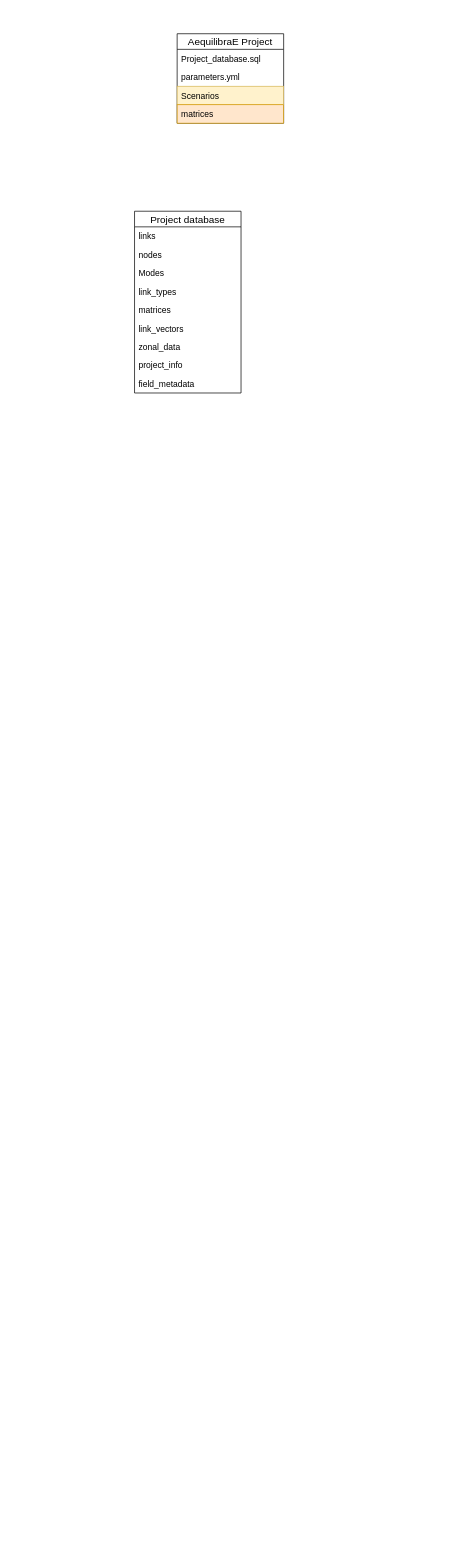
Before: docs/source/project_structure.drawio in AequilibraE/aequilibrae, a draw.io diagram. Source tidied: cells renumbered, new cells numbered last; positions are measured from the earlier drawing's top-left corner, leaving out a move shared by most shapes. Both pictures are drawn from the tidied source at 71%, with x=0, y=0 at pixel (134, 33). Pictures stored in the file or linked from it are replaced by grey dashed boxes.
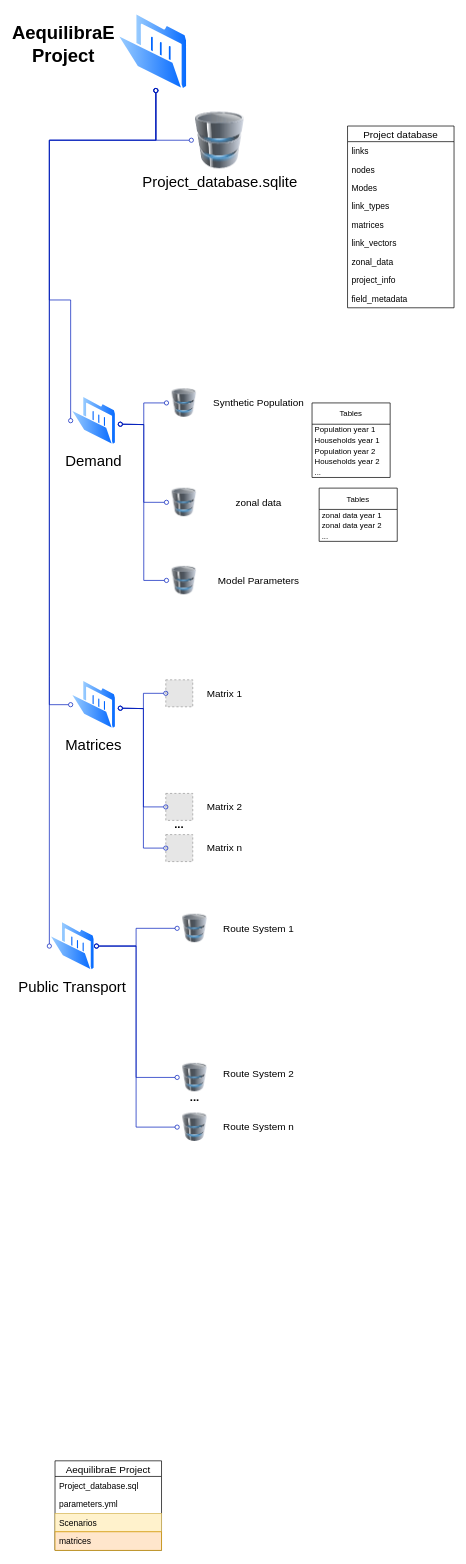
After the change.

The edit, as a diff of the source:
```diff
@@
-    <mxCell id="0" />
-    <mxCell id="1" parent="0" />
+    <mxCell id="17" />
+    <mxCell id="18" parent="17" />
+    <mxCell id="19" style="edgeStyle=orthogonalEdgeStyle;rounded=0;jettySize=auto;html=1;entryX=0;entryY=0.5;entryDx=0;entryDy=0;endArrow=oval;endFill=0;startArrow=oval;startFill=0;endSize=6;targetPerimeterSpacing=6;sourcePerimeterSpacing=2;startSize=6;fillColor=#0050ef;strokeColor=#001DBC;" parent="18" edge="1" target="23">
+      <mxGeometry relative="1" as="geometry">
+        <mxPoint x="30" y="80" as="sourcePoint" />
+        <Array as="points">
+          <mxPoint x="30" y="150" />
+        </Array>
+      </mxGeometry>
+    </mxCell>
+    <mxCell id="20" style="perimeter=ellipsePerimeter;html=1;align=center;shadow=0;dashed=0;spacingTop=3;image;image=img/lib/active_directory/folder_open.svg;" parent="18" vertex="1">
+      <mxGeometry x="-25.6" y="-30" width="101.2" height="110" as="geometry" />
+    </mxCell>
+    <mxCell id="21" value="Matrices" style="perimeter=ellipsePerimeter;html=1;align=center;shadow=0;dashed=0;spacingTop=3;image;image=img/lib/active_directory/folder_open.svg;fontSize=21;" parent="18" vertex="1">
+      <mxGeometry x="-90" y="910" width="64.4" height="70" as="geometry" />
+    </mxCell>
+    <mxCell id="22" value="Public Transport" style="perimeter=ellipsePerimeter;html=1;align=center;shadow=0;dashed=0;spacingTop=3;image;image=img/lib/active_directory/folder_open.svg;fontSize=21;" parent="18" vertex="1">
+      <mxGeometry x="-120" y="1250" width="64.4" height="70" as="geometry" />
+    </mxCell>
+    <mxCell id="23" value="Project_database.sqlite" style="image;html=1;image=img/lib/clip_art/computers/Database_128x128.png;fontSize=21;" parent="18" vertex="1">
+      <mxGeometry x="80" y="110" width="80" height="80" as="geometry" />
+    </mxCell>
+    <mxCell id="24" style="edgeStyle=orthogonalEdgeStyle;rounded=0;jettySize=auto;html=1;entryX=0;entryY=0.5;entryDx=0;entryDy=0;endArrow=oval;endFill=0;startArrow=oval;startFill=0;endSize=6;targetPerimeterSpacing=6;sourcePerimeterSpacing=2;startSize=6;fillColor=#0050ef;strokeColor=#001DBC;" parent="18" edge="1" target="21">
+      <mxGeometry relative="1" as="geometry">
+        <mxPoint x="30" y="80" as="sourcePoint" />
+        <Array as="points">
+          <mxPoint x="30" y="150" />
+          <mxPoint x="-120" y="150" />
+          <mxPoint x="-120" y="945" />
+        </Array>
+      </mxGeometry>
+    </mxCell>
+    <mxCell id="25" style="edgeStyle=orthogonalEdgeStyle;rounded=0;jettySize=auto;html=1;entryX=0;entryY=0.5;entryDx=0;entryDy=0;endArrow=oval;endFill=0;startArrow=oval;startFill=0;endSize=6;targetPerimeterSpacing=6;sourcePerimeterSpacing=2;startSize=6;fillColor=#0050ef;strokeColor=#001DBC;" parent="18" edge="1" target="22">
+      <mxGeometry relative="1" as="geometry">
+        <mxPoint x="30" y="80" as="sourcePoint" />
+        <Array as="points">
+          <mxPoint x="30" y="150" />
+          <mxPoint x="-120" y="150" />
+          <mxPoint x="-120" y="905" />
+        </Array>
+      </mxGeometry>
+    </mxCell>
+    <mxCell id="26" style="fillColor=#E6E6E6;strokeColor=#999999;dashed=1;html=1;verticalAlign=top;verticalLabelPosition=bottom;labelBackgroundColor=#ffffff;fontSize=21;" parent="18" vertex="1">
+      <mxGeometry x="44" y="910" width="38" height="38" as="geometry" />
+    </mxCell>
+    <mxCell id="27" style="fillColor=#E6E6E6;strokeColor=#999999;dashed=1;html=1;verticalAlign=top;verticalLabelPosition=bottom;labelBackgroundColor=#ffffff;fontSize=21;" parent="18" vertex="1">
+      <mxGeometry x="44" y="1070" width="38" height="38" as="geometry" />
+    </mxCell>
+    <mxCell id="28" style="fillColor=#E6E6E6;strokeColor=#999999;dashed=1;html=1;verticalAlign=top;verticalLabelPosition=bottom;labelBackgroundColor=#ffffff;fontSize=21;" parent="18" vertex="1">
+      <mxGeometry x="44" y="1128" width="38" height="38" as="geometry" />
+    </mxCell>
+    <mxCell id="29" value="Matrix 1" style="text;html=1;strokeColor=none;fillColor=none;align=center;verticalAlign=middle;whiteSpace=wrap;rounded=0;fontSize=14;" parent="18" vertex="1">
+      <mxGeometry x="82" y="914" width="90" height="30" as="geometry" />
+    </mxCell>
+    <mxCell id="30" value="Matrix 2" style="text;html=1;strokeColor=none;fillColor=none;align=center;verticalAlign=middle;whiteSpace=wrap;rounded=0;fontSize=14;" parent="18" vertex="1">
+      <mxGeometry x="82" y="1074" width="90" height="30" as="geometry" />
+    </mxCell>
+    <mxCell id="31" value="Matrix n" style="text;html=1;strokeColor=none;fillColor=none;align=center;verticalAlign=middle;whiteSpace=wrap;rounded=0;fontSize=14;" parent="18" vertex="1">
+      <mxGeometry x="82" y="1132" width="90" height="30" as="geometry" />
+    </mxCell>
+    <mxCell id="32" value="..." style="text;html=1;strokeColor=none;fillColor=none;align=center;verticalAlign=middle;whiteSpace=wrap;rounded=0;fontSize=16;fontStyle=1;" parent="18" vertex="1">
+      <mxGeometry x="38" y="1098" width="50" height="30" as="geometry" />
+    </mxCell>
+    <mxCell id="33" style="edgeStyle=orthogonalEdgeStyle;rounded=0;jettySize=auto;html=1;entryX=0;entryY=0.5;entryDx=0;entryDy=0;endArrow=oval;endFill=0;startArrow=oval;startFill=0;endSize=6;targetPerimeterSpacing=6;sourcePerimeterSpacing=2;startSize=6;fillColor=#0050ef;strokeColor=#001DBC;" parent="18" edge="1" target="26">
+      <mxGeometry relative="1" as="geometry">
+        <mxPoint x="-20" y="950" as="sourcePoint" />
+      </mxGeometry>
+    </mxCell>
+    <mxCell id="34" style="edgeStyle=orthogonalEdgeStyle;rounded=0;jettySize=auto;html=1;entryX=0;entryY=0.5;entryDx=0;entryDy=0;endArrow=oval;endFill=0;startArrow=oval;startFill=0;endSize=6;targetPerimeterSpacing=6;sourcePerimeterSpacing=2;startSize=6;fillColor=#0050ef;strokeColor=#001DBC;" parent="18" edge="1" target="27">
+      <mxGeometry relative="1" as="geometry">
+        <mxPoint x="-20" y="950" as="sourcePoint" />
+      </mxGeometry>
+    </mxCell>
+    <mxCell id="35" style="edgeStyle=orthogonalEdgeStyle;rounded=0;jettySize=auto;html=1;entryX=0;entryY=0.5;entryDx=0;entryDy=0;endArrow=oval;endFill=0;startArrow=oval;startFill=0;endSize=6;targetPerimeterSpacing=6;sourcePerimeterSpacing=2;startSize=6;fillColor=#0050ef;strokeColor=#001DBC;" parent="18" edge="1" target="28">
+      <mxGeometry relative="1" as="geometry">
+        <mxPoint x="-20" y="950" as="sourcePoint" />
+      </mxGeometry>
+    </mxCell>
+    <mxCell id="36" style="image;html=1;image=img/lib/clip_art/computers/Database_128x128.png;" parent="18" vertex="1">
+      <mxGeometry x="60" y="1240" width="50" height="40" as="geometry" />
+    </mxCell>
+    <mxCell id="37" style="image;html=1;image=img/lib/clip_art/computers/Database_128x128.png;" parent="18" vertex="1">
+      <mxGeometry x="60" y="1450" width="50" height="40" as="geometry" />
+    </mxCell>
+    <mxCell id="38" style="image;html=1;image=img/lib/clip_art/computers/Database_128x128.png;" parent="18" vertex="1">
+      <mxGeometry x="60" y="1520" width="50" height="40" as="geometry" />
+    </mxCell>
+    <mxCell id="39" style="edgeStyle=orthogonalEdgeStyle;rounded=0;jettySize=auto;html=1;entryX=0;entryY=0.5;entryDx=0;entryDy=0;endArrow=oval;endFill=0;startArrow=oval;startFill=0;endSize=6;targetPerimeterSpacing=6;sourcePerimeterSpacing=2;startSize=6;fillColor=#0050ef;strokeColor=#001DBC;" parent="18" edge="1" source="22" target="38">
+      <mxGeometry relative="1" as="geometry" />
+    </mxCell>
+    <mxCell id="40" style="edgeStyle=orthogonalEdgeStyle;rounded=0;jettySize=auto;html=1;entryX=0;entryY=0.5;entryDx=0;entryDy=0;endArrow=oval;endFill=0;startArrow=oval;startFill=0;endSize=6;targetPerimeterSpacing=6;sourcePerimeterSpacing=2;startSize=6;fillColor=#0050ef;strokeColor=#001DBC;" parent="18" edge="1" source="22" target="37">
+      <mxGeometry relative="1" as="geometry" />
+    </mxCell>
+    <mxCell id="41" style="edgeStyle=orthogonalEdgeStyle;rounded=0;jettySize=auto;html=1;entryX=0;entryY=0.5;entryDx=0;entryDy=0;endArrow=oval;endFill=0;startArrow=oval;startFill=0;endSize=6;targetPerimeterSpacing=6;sourcePerimeterSpacing=2;startSize=6;fillColor=#0050ef;strokeColor=#001DBC;" parent="18" edge="1" source="22" target="36">
+      <mxGeometry relative="1" as="geometry" />
+    </mxCell>
+    <mxCell id="42" value="Route System 1" style="text;html=1;strokeColor=none;fillColor=none;align=center;verticalAlign=middle;whiteSpace=wrap;rounded=0;fontSize=14;" parent="18" vertex="1">
+      <mxGeometry x="110" y="1245" width="130" height="30" as="geometry" />
+    </mxCell>
+    <mxCell id="43" value="Route System 2" style="text;html=1;strokeColor=none;fillColor=none;align=center;verticalAlign=middle;whiteSpace=wrap;rounded=0;fontSize=14;" parent="18" vertex="1">
+      <mxGeometry x="110" y="1450" width="130" height="30" as="geometry" />
+    </mxCell>
+    <mxCell id="44" value="Route System n" style="text;html=1;strokeColor=none;fillColor=none;align=center;verticalAlign=middle;whiteSpace=wrap;rounded=0;fontSize=14;" parent="18" vertex="1">
+      <mxGeometry x="110" y="1525" width="130" height="30" as="geometry" />
+    </mxCell>
+    <mxCell id="45" value="..." style="text;html=1;strokeColor=none;fillColor=none;align=center;verticalAlign=middle;whiteSpace=wrap;rounded=0;fontSize=16;fontStyle=1;" parent="18" vertex="1">
+      <mxGeometry x="60" y="1482" width="50" height="30" as="geometry" />
+    </mxCell>
+    <mxCell id="46" value="Demand" style="perimeter=ellipsePerimeter;html=1;align=center;shadow=0;dashed=0;spacingTop=3;image;image=img/lib/active_directory/folder_open.svg;fontSize=21;" parent="18" vertex="1">
+      <mxGeometry x="-90" y="510" width="64.4" height="70" as="geometry" />
+    </mxCell>
+    <mxCell id="47" style="edgeStyle=orthogonalEdgeStyle;rounded=0;jettySize=auto;html=1;entryX=0;entryY=0.5;entryDx=0;entryDy=0;endArrow=oval;endFill=0;startArrow=oval;startFill=0;endSize=6;targetPerimeterSpacing=6;sourcePerimeterSpacing=2;startSize=6;fillColor=#0050ef;strokeColor=#001DBC;" parent="18" edge="1" target="46">
+      <mxGeometry relative="1" as="geometry">
+        <mxPoint x="30" y="80" as="sourcePoint" />
+        <Array as="points">
+          <mxPoint x="30" y="150" />
+          <mxPoint x="-120" y="150" />
+          <mxPoint x="-120" y="375" />
+        </Array>
+      </mxGeometry>
+    </mxCell>
+    <mxCell id="48" value="AequilibraE&lt;br style=&quot;font-size: 26px;&quot;&gt;Project" style="text;html=1;strokeColor=none;fillColor=none;align=center;verticalAlign=middle;whiteSpace=wrap;rounded=0;fontSize=26;fontStyle=1;" parent="18" vertex="1">
+      <mxGeometry x="-130" width="60" height="30" as="geometry" />
+    </mxCell>
+    <mxCell id="49" style="image;html=1;image=img/lib/clip_art/computers/Database_128x128.png;" parent="18" vertex="1">
+      <mxGeometry x="45" y="500" width="50" height="40" as="geometry" />
+    </mxCell>
+    <mxCell id="50" value="Synthetic Population" style="text;html=1;strokeColor=none;fillColor=none;align=center;verticalAlign=middle;whiteSpace=wrap;rounded=0;fontSize=14;" parent="18" vertex="1">
+      <mxGeometry x="110" y="505" width="130" height="30" as="geometry" />
+    </mxCell>
+    <mxCell id="51" style="image;html=1;image=img/lib/clip_art/computers/Database_128x128.png;" parent="18" vertex="1">
+      <mxGeometry x="45" y="640" width="50" height="40" as="geometry" />
+    </mxCell>
+    <mxCell id="52" value="zonal data" style="text;html=1;strokeColor=none;fillColor=none;align=center;verticalAlign=middle;whiteSpace=wrap;rounded=0;fontSize=14;" parent="18" vertex="1">
+      <mxGeometry x="110" y="645" width="130" height="30" as="geometry" />
+    </mxCell>
+    <mxCell id="53" style="image;html=1;image=img/lib/clip_art/computers/Database_128x128.png;" parent="18" vertex="1">
+      <mxGeometry x="45" y="750" width="50" height="40" as="geometry" />
+    </mxCell>
+    <mxCell id="54" value="Model Parameters" style="text;html=1;strokeColor=none;fillColor=none;align=center;verticalAlign=middle;whiteSpace=wrap;rounded=0;fontSize=14;" parent="18" vertex="1">
+      <mxGeometry x="110" y="755" width="130" height="30" as="geometry" />
+    </mxCell>
+    <mxCell id="55" style="edgeStyle=orthogonalEdgeStyle;rounded=0;jettySize=auto;html=1;entryX=0;entryY=0.5;entryDx=0;entryDy=0;endArrow=oval;endFill=0;startArrow=oval;startFill=0;endSize=6;targetPerimeterSpacing=6;sourcePerimeterSpacing=2;startSize=6;fillColor=#0050ef;strokeColor=#001DBC;" parent="18" edge="1" target="49">
+      <mxGeometry relative="1" as="geometry">
+        <mxPoint x="-20" y="550" as="sourcePoint" />
+      </mxGeometry>
+    </mxCell>
+    <mxCell id="56" style="edgeStyle=orthogonalEdgeStyle;rounded=0;jettySize=auto;html=1;entryX=0;entryY=0.5;entryDx=0;entryDy=0;endArrow=oval;endFill=0;startArrow=oval;startFill=0;endSize=6;targetPerimeterSpacing=6;sourcePerimeterSpacing=2;startSize=6;fillColor=#0050ef;strokeColor=#001DBC;" parent="18" edge="1" target="51">
+      <mxGeometry relative="1" as="geometry">
+        <mxPoint x="-20" y="550" as="sourcePoint" />
+      </mxGeometry>
+    </mxCell>
+    <mxCell id="57" style="edgeStyle=orthogonalEdgeStyle;rounded=0;jettySize=auto;html=1;entryX=0;entryY=0.5;entryDx=0;entryDy=0;endArrow=oval;endFill=0;startArrow=oval;startFill=0;endSize=6;targetPerimeterSpacing=6;sourcePerimeterSpacing=2;startSize=6;fillColor=#0050ef;strokeColor=#001DBC;" parent="18" edge="1" target="53">
+      <mxGeometry relative="1" as="geometry">
+        <mxPoint x="-20" y="550" as="sourcePoint" />
+      </mxGeometry>
+    </mxCell>
+    <mxCell id="58" value="Tables" style="swimlane;fontStyle=0;horizontal=1;startSize=30;fontSize=11;spacing=1;" parent="18" vertex="1">
+      <mxGeometry x="250" y="520" width="110" height="105" as="geometry" />
+    </mxCell>
+    <mxCell id="59" value="Population year 1" style="text;strokeColor=none;fillColor=none;align=left;verticalAlign=middle;spacingLeft=4;spacingRight=0;overflow=hidden;fontSize=11;spacing=0;" parent="58" vertex="1">
+      <mxGeometry y="30" width="110" height="15" as="geometry" />
+    </mxCell>
+    <mxCell id="60" value="Households year 1" style="text;strokeColor=none;fillColor=none;align=left;verticalAlign=middle;spacingLeft=4;spacingRight=0;overflow=hidden;fontSize=11;spacing=0;" parent="58" vertex="1">
+      <mxGeometry y="45" width="110" height="15" as="geometry" />
+    </mxCell>
+    <mxCell id="61" value="Population year 2" style="text;strokeColor=none;fillColor=none;align=left;verticalAlign=middle;spacingLeft=4;spacingRight=0;overflow=hidden;fontSize=11;spacing=0;" parent="58" vertex="1">
+      <mxGeometry y="60" width="110" height="15" as="geometry" />
+    </mxCell>
+    <mxCell id="62" value="Households year 2" style="text;strokeColor=none;fillColor=none;align=left;verticalAlign=middle;spacingLeft=4;spacingRight=0;overflow=hidden;fontSize=11;spacing=0;" parent="58" vertex="1">
+      <mxGeometry y="75" width="110" height="15" as="geometry" />
+    </mxCell>
+    <mxCell id="63" value="..." style="text;strokeColor=none;fillColor=none;align=left;verticalAlign=middle;spacingLeft=4;spacingRight=0;overflow=hidden;fontSize=11;spacing=0;" parent="58" vertex="1">
+      <mxGeometry y="90" width="110" height="15" as="geometry" />
+    </mxCell>
+    <mxCell id="64" value="Tables" style="swimlane;fontStyle=0;horizontal=1;startSize=30;fontSize=11;spacing=1;" parent="18" vertex="1">
+      <mxGeometry x="260" y="640" width="110" height="75" as="geometry" />
+    </mxCell>
+    <mxCell id="65" value="zonal data year 1" style="text;strokeColor=none;fillColor=none;align=left;verticalAlign=middle;spacingLeft=4;spacingRight=0;overflow=hidden;fontSize=11;spacing=0;" parent="64" vertex="1">
+      <mxGeometry y="30" width="110" height="15" as="geometry" />
+    </mxCell>
+    <mxCell id="66" value="zonal data year 2" style="text;strokeColor=none;fillColor=none;align=left;verticalAlign=middle;spacingLeft=4;spacingRight=0;overflow=hidden;fontSize=11;spacing=0;" parent="64" vertex="1">
+      <mxGeometry y="45" width="110" height="15" as="geometry" />
+    </mxCell>
+    <mxCell id="67" value="..." style="text;strokeColor=none;fillColor=none;align=left;verticalAlign=middle;spacingLeft=4;spacingRight=0;overflow=hidden;fontSize=11;spacing=0;" parent="64" vertex="1">
+      <mxGeometry y="60" width="110" height="15" as="geometry" />
+    </mxCell>
-    <mxCell id="2" value="AequilibraE Project" style="swimlane;fontStyle=0;horizontal=1;startSize=22;align=center;fontSize=14;" parent="1" vertex="1">
-      <mxGeometry x="60" width="150" height="126" as="geometry" />
+    <mxCell id="2" value="AequilibraE Project" style="swimlane;fontStyle=0;horizontal=1;startSize=22;align=center;fontSize=14;" parent="18" vertex="1">
+      <mxGeometry x="-112" y="2010" width="150" height="126" as="geometry" />
     </mxCell>
@@
-    <mxCell id="7" value="Project database" style="swimlane;fontStyle=0;horizontal=1;startSize=22;align=center;fontSize=14;" parent="1" vertex="1">
-      <mxGeometry y="250" width="150" height="256" as="geometry" />
+    <mxCell id="7" value="Project database" style="swimlane;fontStyle=0;horizontal=1;startSize=22;align=center;fontSize=14;" parent="18" vertex="1">
+      <mxGeometry x="300" y="130" width="150" height="256" as="geometry" />
     </mxCell>
```
